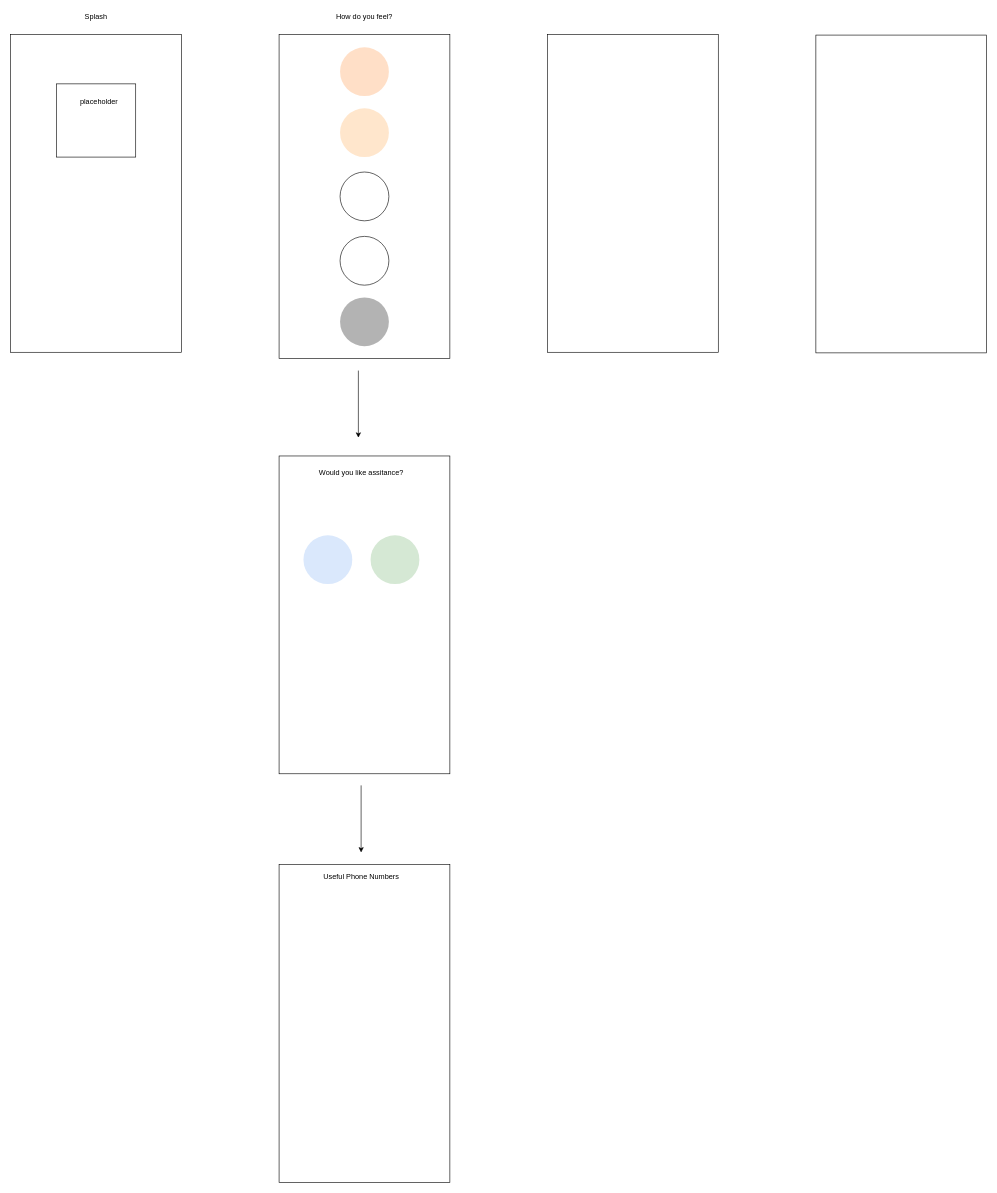
The draw.io diagram Planning/Wireframes.drawio in davidmacarabrown/mental_health_app, before the edit. Source tidied: cells renumbered, new cells numbered last; positions are measured from the earlier drawing's top-left corner, leaving out a move shared by most shapes. Both pictures are drawn from the tidied source at 61%, with x=0, y=0 at pixel (10, 10).
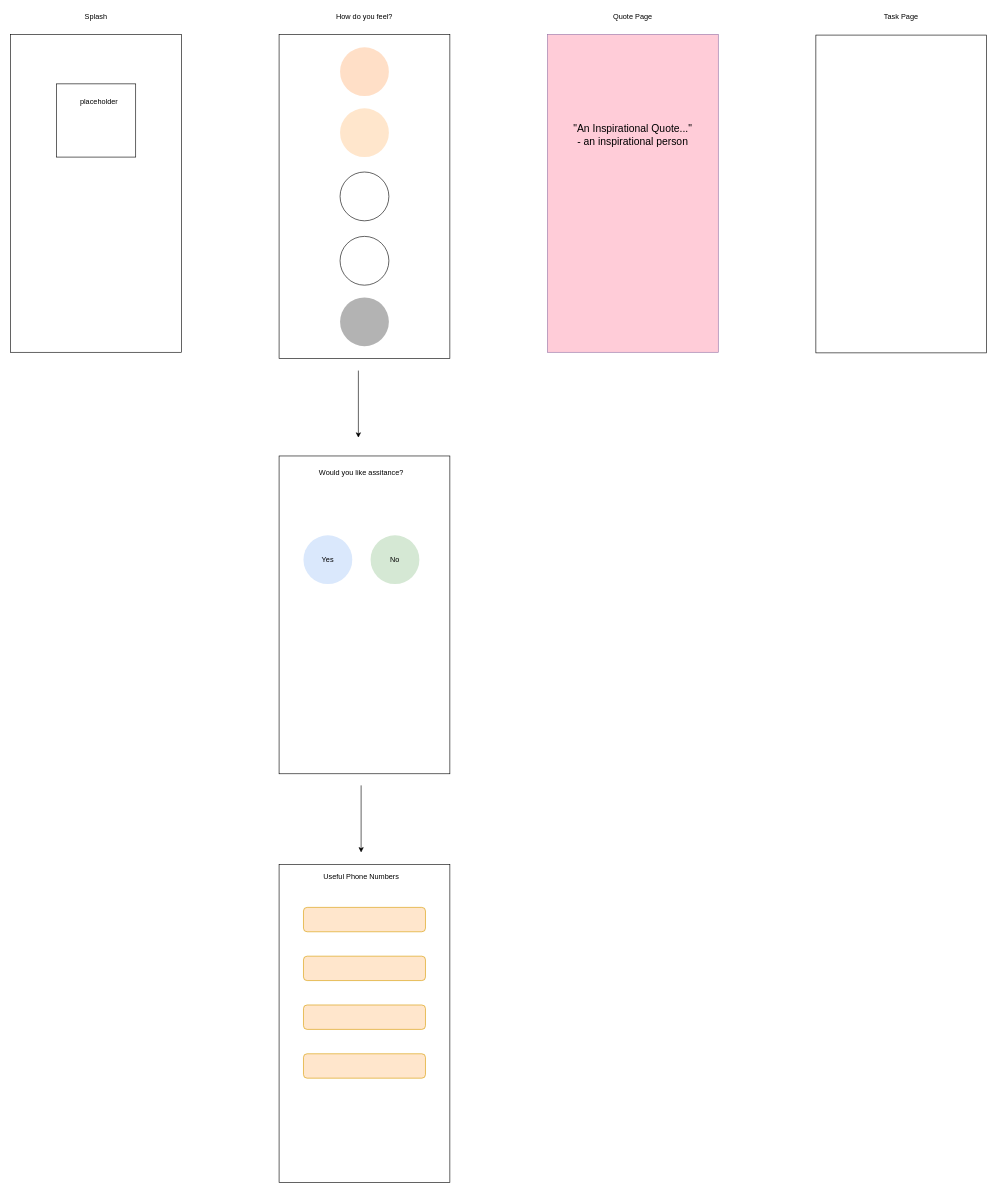
The same page after the edit.

The edit, as a diff of the source:
```diff
@@
-    <mxCell id="5" style="rounded=0;whiteSpace=wrap;html=1;fillColor=default;" parent="1" vertex="1">
+    <mxCell id="5" style="rounded=0;whiteSpace=wrap;html=1;fillColor=#FFCCD8;strokeColor=#9673a6;" parent="1" vertex="1">
       <mxGeometry x="880" y="39" width="280" height="521" as="geometry" />
     </mxCell>
@@
+    <mxCell id="23" value="Yes" style="text;html=1;strokeColor=none;fillColor=none;align=center;verticalAlign=middle;whiteSpace=wrap;rounded=0;" parent="1" vertex="1">
+      <mxGeometry x="500" y="890" width="40" height="20" as="geometry" />
+    </mxCell>
+    <mxCell id="24" value="No" style="text;html=1;strokeColor=none;fillColor=none;align=center;verticalAlign=middle;whiteSpace=wrap;rounded=0;" parent="1" vertex="1">
+      <mxGeometry x="610" y="890" width="40" height="20" as="geometry" />
+    </mxCell>
+    <mxCell id="25" style="rounded=1;whiteSpace=wrap;html=1;fillColor=#ffe6cc;strokeColor=#d79b00;" parent="1" vertex="1">
+      <mxGeometry x="480" y="1470" width="200" height="40" as="geometry" />
+    </mxCell>
+    <mxCell id="26" style="rounded=1;whiteSpace=wrap;html=1;fillColor=#ffe6cc;strokeColor=#d79b00;" parent="1" vertex="1">
+      <mxGeometry x="480" y="1550" width="200" height="40" as="geometry" />
+    </mxCell>
+    <mxCell id="27" style="rounded=1;whiteSpace=wrap;html=1;fillColor=#ffe6cc;strokeColor=#d79b00;" parent="1" vertex="1">
+      <mxGeometry x="480" y="1630" width="200" height="40" as="geometry" />
+    </mxCell>
+    <mxCell id="28" style="rounded=1;whiteSpace=wrap;html=1;fillColor=#ffe6cc;strokeColor=#d79b00;" parent="1" vertex="1">
+      <mxGeometry x="480" y="1710" width="200" height="40" as="geometry" />
+    </mxCell>
+    <mxCell id="29" value="Quote Page" style="text;html=1;strokeColor=none;fillColor=none;align=center;verticalAlign=middle;whiteSpace=wrap;rounded=0;" parent="1" vertex="1">
+      <mxGeometry x="955" width="130" height="20" as="geometry" />
+    </mxCell>
+    <mxCell id="30" value="&lt;font style=&quot;font-size: 17px&quot;&gt;&quot;An Inspirational Quote...&quot;&lt;br&gt;- an inspirational person&lt;/font&gt;" style="text;html=1;strokeColor=none;fillColor=none;align=center;verticalAlign=middle;whiteSpace=wrap;rounded=0;" parent="1" vertex="1">
+      <mxGeometry x="915" y="160" width="210" height="90" as="geometry" />
+    </mxCell>
+    <mxCell id="31" value="Task Page" style="text;html=1;strokeColor=none;fillColor=none;align=center;verticalAlign=middle;whiteSpace=wrap;rounded=0;" parent="1" vertex="1">
+      <mxGeometry x="1335" width="250" height="20" as="geometry" />
+    </mxCell>
```
